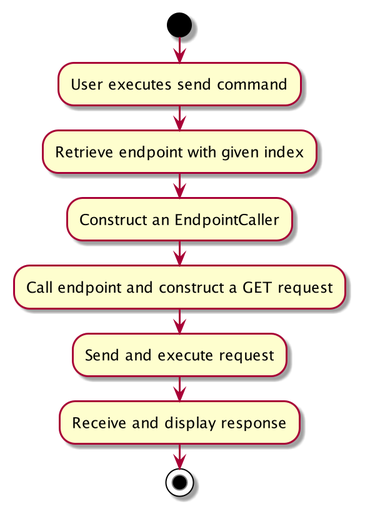
The PlantUML diagram docs/images/RequestActivityDiagram.png in nus-cs2103-AY2021S2/tp, before a commit.
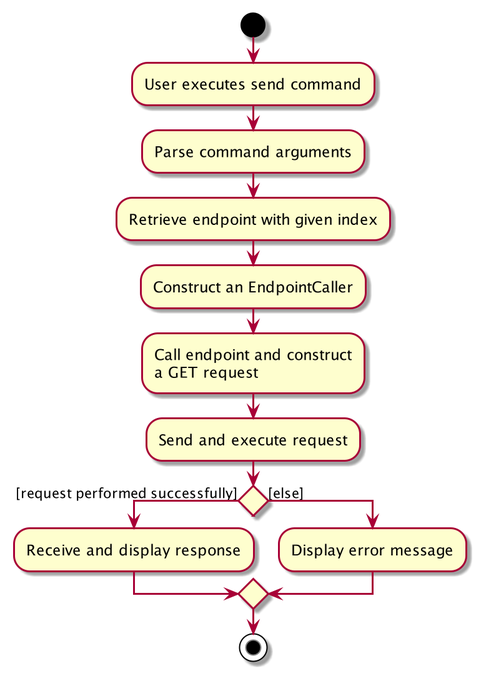
Later version of the same file.

Commit message:
Fix: fix minor errors with request feature diagrams

Change to the diagram source:
```diff
@@ -1,11 +1,16 @@
 @startuml
 start
 :User executes send command;
+:Parse command arguments;
 :Retrieve endpoint with given index;
 :Construct an EndpointCaller;
-:Call endpoint and construct a GET request;
+:Call endpoint and construct
+a GET request;
 :Send and execute request;
+if () then ([request performed successfully])
 :Receive and display response;
-
+else ([else])
+    :Display error message;
+endif
 stop
 @enduml
```
